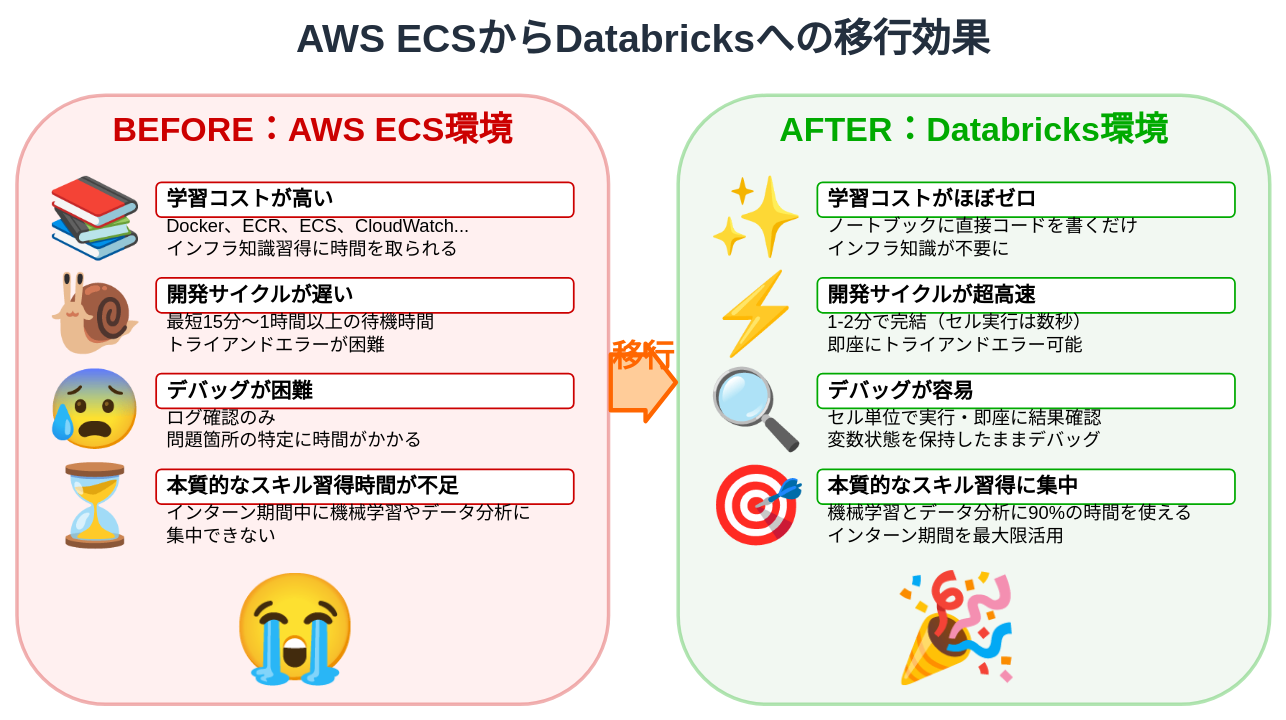
i9wa4/i9wa4.github.io keeps this draw.io diagram as assets/2025-11-07-tamesare-data-sapporo/before-after-comparison.drawio. Above is the earlier version. Source tidied: cells renumbered, new cells numbered last; positions are measured from the earlier drawing's top-left corner, leaving out a move shared by most shapes. Both pictures are drawn from the tidied source at 87%, with x=0, y=0 at pixel (17, 17).
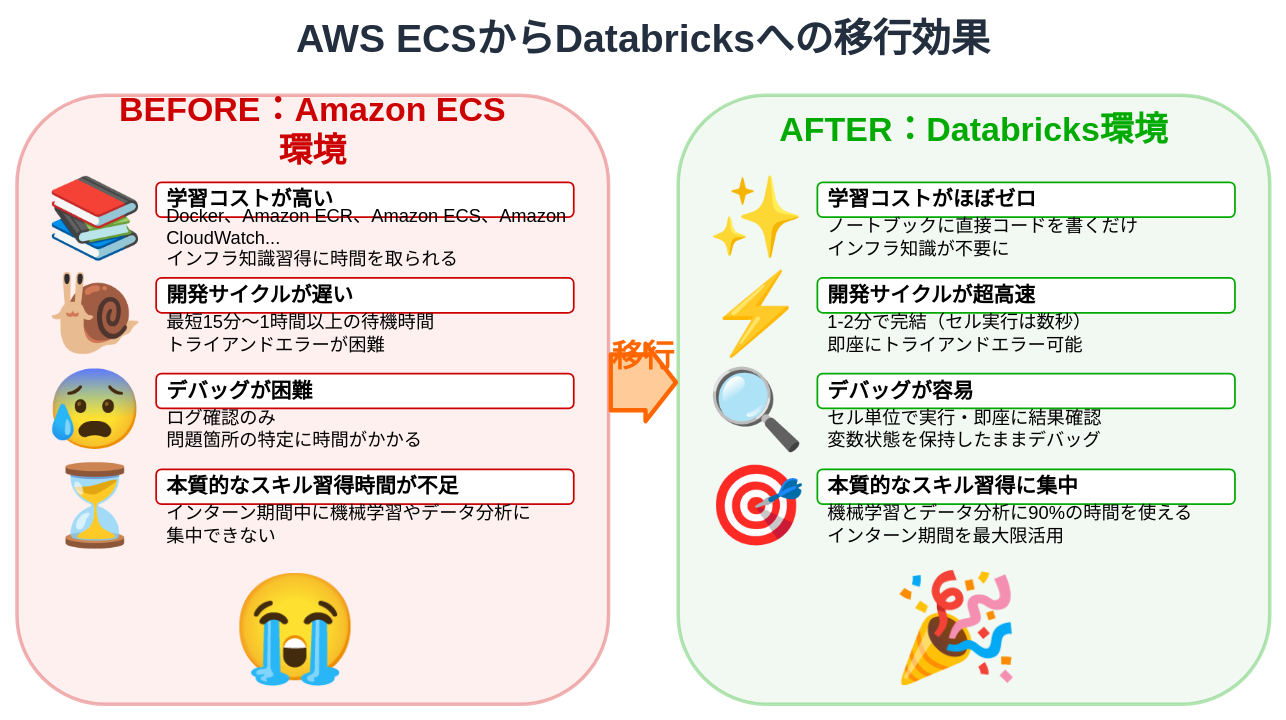
Above is the later version.

Diff of the diagram source:
```diff
@@
-    <mxCell id="4" value="BEFORE：AWS ECS環境" style="text;html=1;strokeColor=none;fillColor=none;align=center;verticalAlign=middle;whiteSpace=wrap;rounded=0;fontSize=39;fontStyle=1;fontColor=#CC0000;" parent="1" vertex="1">
+    <mxCell id="4" value="BEFORE：Amazon ECS環境" style="text;html=1;strokeColor=none;fillColor=none;align=center;verticalAlign=middle;whiteSpace=wrap;rounded=0;fontSize=39;fontStyle=1;fontColor=#CC0000;" parent="1" vertex="1">
       <mxGeometry x="100" y="110" width="480" height="40" as="geometry" />
     </mxCell>
@@
-    <mxCell id="7" value="Docker、ECR、ECS、CloudWatch...&lt;br&gt;インフラ知識習得に時間を取られる" style="text;html=1;strokeColor=none;fillColor=none;align=left;verticalAlign=middle;whiteSpace=wrap;rounded=0;fontSize=21;spacingLeft=10;" parent="1" vertex="1">
+    <mxCell id="7" value="Docker、Amazon ECR、Amazon ECS、Amazon CloudWatch...&lt;br&gt;インフラ知識習得に時間を取られる" style="text;html=1;strokeColor=none;fillColor=none;align=left;verticalAlign=middle;whiteSpace=wrap;rounded=0;fontSize=21;spacingLeft=10;" parent="1" vertex="1">
       <mxGeometry x="160" y="235" width="480" height="35" as="geometry" />
     </mxCell>
```
